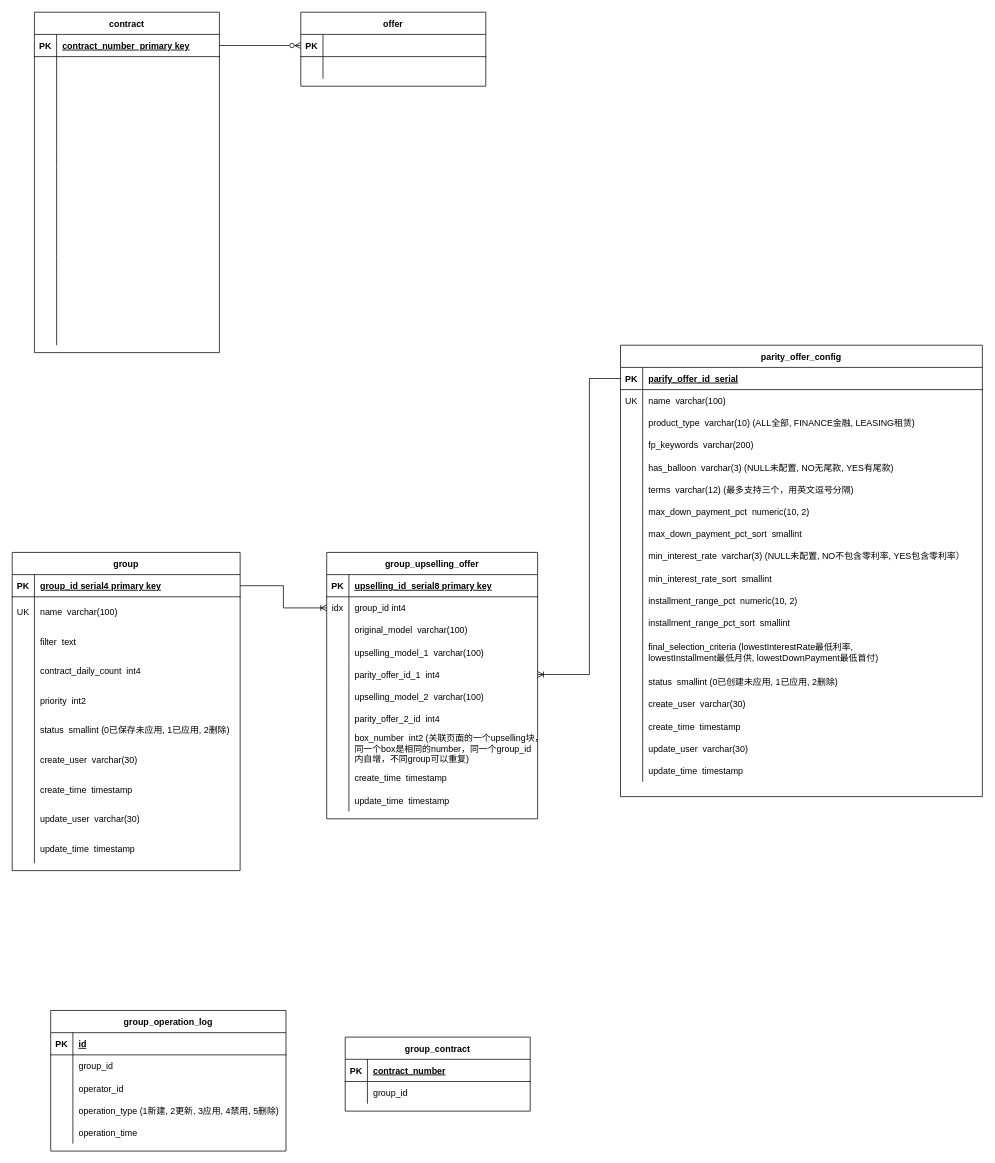
Above: insight.drawio in likun0121/insight (draw.io), before the change. Source tidied: cells renumbered, new cells numbered last; positions are measured from the earlier drawing's top-left corner, leaving out a move shared by most shapes. Both pictures are drawn from the tidied source at 74%, with x=0, y=0 at pixel (12, 12).
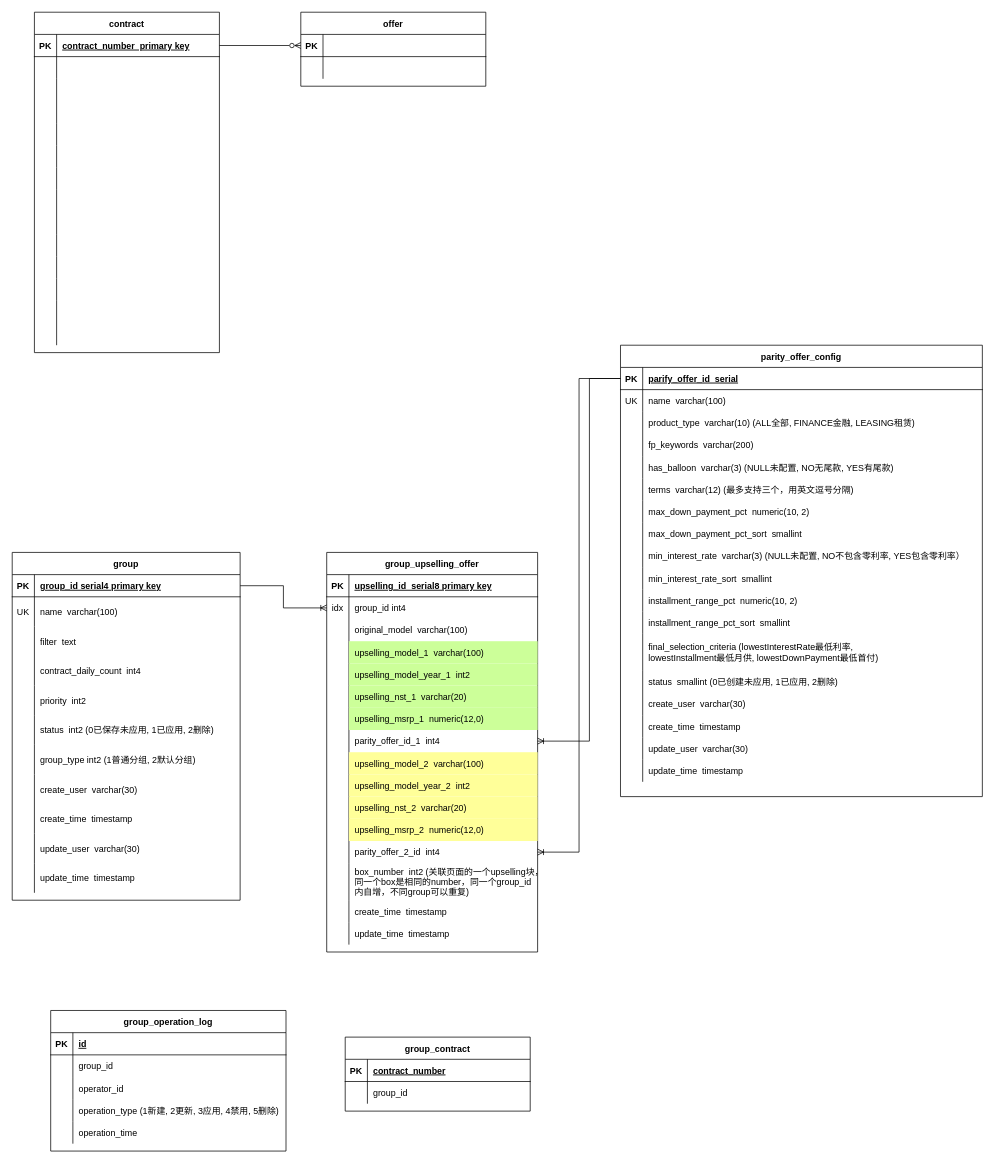
The same diagram, later.

Unchanged cells that the change refers to:
```xml
<mxCell id="69" style="shape=partialRectangle;fillColor=none;top=0;left=0;right=0;bottom=0;" parent="53" vertex="1">
  <mxGeometry y="220" width="308" height="40" as="geometry" />
</mxCell>
<mxCell id="85" style="shape=partialRectangle;fillColor=none;points=[[0,0.5],[1,0.5]];portConstraint=eastwest;top=0;left=0;right=0;bottom=1;" parent="84" vertex="1">
  <mxGeometry y="30" width="489" height="30" as="geometry" />
</mxCell>
<mxCell id="149" style="shape=partialRectangle;fillColor=none;top=0;left=0;right=0;bottom=0;" parent="139" vertex="1">
  <mxGeometry y="120" width="285" height="30" as="geometry" />
</mxCell>
```

What changed in the source:
```diff
@@
     <mxCell id="53" value="group" style="shape=table;startSize=30;childLayout=tableLayout;rowLines=0;fontStyle=1;align=center;" parent="1" vertex="1">
-      <mxGeometry y="730" width="308" height="430" as="geometry" />
+      <mxGeometry y="730" width="308" height="470" as="geometry" />
     </mxCell>
@@
-    <mxCell id="71" value="status  smallint (0已保存未应用, 1已应用, 2删除)" style="shape=partialRectangle;overflow=hidden;fillColor=none;top=0;left=0;bottom=0;right=0;align=left;spacingLeft=6;" parent="69" vertex="1">
+    <mxCell id="71" value="status  int2 (0已保存未应用, 1已应用, 2删除)" style="shape=partialRectangle;overflow=hidden;fillColor=none;top=0;left=0;bottom=0;right=0;align=left;spacingLeft=6;" parent="69" vertex="1">
       <mxGeometry x="30" width="278" height="40" as="geometry" />
     </mxCell>
+    <mxCell id="195" style="shape=partialRectangle;fillColor=none;top=0;left=0;right=0;bottom=0;" parent="53" vertex="1">
+      <mxGeometry y="260" width="308" height="40" as="geometry" />
+    </mxCell>
+    <mxCell id="196" style="shape=partialRectangle;overflow=hidden;fillColor=none;top=0;left=0;bottom=0;right=0;" parent="195" vertex="1">
+      <mxGeometry width="30" height="40" as="geometry" />
+    </mxCell>
+    <mxCell id="197" value="group_type int2 (1普通分组, 2默认分组)" style="shape=partialRectangle;overflow=hidden;fillColor=none;top=0;left=0;bottom=0;right=0;align=left;spacingLeft=6;" parent="195" vertex="1">
+      <mxGeometry x="30" width="278" height="40" as="geometry" />
+    </mxCell>
     <mxCell id="72" style="shape=partialRectangle;fillColor=none;top=0;left=0;right=0;bottom=0;" parent="53" vertex="1">
-      <mxGeometry y="260" width="308" height="40" as="geometry" />
+      <mxGeometry y="300" width="308" height="40" as="geometry" />
     </mxCell>
@@
     <mxCell id="75" style="shape=partialRectangle;fillColor=none;top=0;left=0;right=0;bottom=0;" parent="53" vertex="1">
-      <mxGeometry y="300" width="308" height="40" as="geometry" />
+      <mxGeometry y="340" width="308" height="40" as="geometry" />
     </mxCell>
@@
     <mxCell id="78" style="shape=partialRectangle;fillColor=none;top=0;left=0;right=0;bottom=0;" parent="53" vertex="1">
-      <mxGeometry y="340" width="308" height="40" as="geometry" />
+      <mxGeometry y="380" width="308" height="40" as="geometry" />
     </mxCell>
@@
     <mxCell id="81" style="shape=partialRectangle;fillColor=none;top=0;left=0;right=0;bottom=0;" parent="53" vertex="1">
-      <mxGeometry y="380" width="308" height="40" as="geometry" />
+      <mxGeometry y="420" width="308" height="40" as="geometry" />
     </mxCell>
@@
     <mxCell id="139" value="group_upselling_offer" style="shape=table;startSize=30;childLayout=tableLayout;rowLines=0;fontStyle=1;align=center;" parent="1" vertex="1">
-      <mxGeometry x="425" y="730" width="285" height="360" as="geometry" />
+      <mxGeometry x="425" y="730" width="285" height="540" as="geometry" />
     </mxCell>
@@
-    <mxCell id="151" value="upselling_model_1  varchar(100)" style="shape=partialRectangle;overflow=hidden;fillColor=none;top=0;left=0;bottom=0;right=0;align=left;spacingLeft=6;" parent="149" vertex="1">
+    <mxCell id="151" value="upselling_model_1  varchar(100)" style="shape=partialRectangle;overflow=hidden;fillColor=#CCFF99;top=0;left=0;bottom=0;right=0;align=left;spacingLeft=6;" parent="149" vertex="1">
       <mxGeometry x="30" width="255" height="30" as="geometry" />
     </mxCell>
+    <mxCell id="198" style="shape=partialRectangle;fillColor=none;top=0;left=0;right=0;bottom=0;" parent="139" vertex="1">
+      <mxGeometry y="150" width="285" height="30" as="geometry" />
+    </mxCell>
+    <mxCell id="199" style="shape=partialRectangle;overflow=hidden;fillColor=none;top=0;left=0;bottom=0;right=0;" parent="198" vertex="1">
+      <mxGeometry width="30" height="30" as="geometry" />
+    </mxCell>
+    <mxCell id="200" value="upselling_model_year_1  int2" style="shape=partialRectangle;overflow=hidden;fillColor=#CCFF99;top=0;left=0;bottom=0;right=0;align=left;spacingLeft=6;" parent="198" vertex="1">
+      <mxGeometry x="30" width="255" height="30" as="geometry" />
+    </mxCell>
+    <mxCell id="201" style="shape=partialRectangle;fillColor=none;top=0;left=0;right=0;bottom=0;" parent="139" vertex="1">
+      <mxGeometry y="180" width="285" height="30" as="geometry" />
+    </mxCell>
+    <mxCell id="202" style="shape=partialRectangle;overflow=hidden;fillColor=none;top=0;left=0;bottom=0;right=0;" parent="201" vertex="1">
+      <mxGeometry width="30" height="30" as="geometry" />
+    </mxCell>
+    <mxCell id="203" value="upselling_nst_1  varchar(20)" style="shape=partialRectangle;overflow=hidden;fillColor=#CCFF99;top=0;left=0;bottom=0;right=0;align=left;spacingLeft=6;" parent="201" vertex="1">
+      <mxGeometry x="30" width="255" height="30" as="geometry" />
+    </mxCell>
+    <mxCell id="204" style="shape=partialRectangle;fillColor=none;top=0;left=0;right=0;bottom=0;" parent="139" vertex="1">
+      <mxGeometry y="210" width="285" height="30" as="geometry" />
+    </mxCell>
+    <mxCell id="205" style="shape=partialRectangle;overflow=hidden;fillColor=none;top=0;left=0;bottom=0;right=0;" parent="204" vertex="1">
+      <mxGeometry width="30" height="30" as="geometry" />
+    </mxCell>
+    <mxCell id="206" value="upselling_msrp_1  numeric(12,0)" style="shape=partialRectangle;overflow=hidden;fillColor=#CCFF99;top=0;left=0;bottom=0;right=0;align=left;spacingLeft=6;" parent="204" vertex="1">
+      <mxGeometry x="30" width="255" height="30" as="geometry" />
+    </mxCell>
     <mxCell id="152" style="shape=partialRectangle;fillColor=none;points=[[0,0.5],[1,0.5]];portConstraint=eastwest;top=0;left=0;right=0;bottom=0;" parent="139" vertex="1">
-      <mxGeometry y="150" width="285" height="30" as="geometry" />
+      <mxGeometry y="240" width="285" height="30" as="geometry" />
     </mxCell>
@@
     <mxCell id="155" style="shape=partialRectangle;fillColor=none;top=0;left=0;right=0;bottom=0;" parent="139" vertex="1">
-      <mxGeometry y="180" width="285" height="30" as="geometry" />
+      <mxGeometry y="270" width="285" height="30" as="geometry" />
     </mxCell>
@@
-    <mxCell id="157" value="upselling_model_2  varchar(100)" style="shape=partialRectangle;overflow=hidden;fillColor=none;top=0;left=0;bottom=0;right=0;align=left;spacingLeft=6;" parent="155" vertex="1">
+    <mxCell id="157" value="upselling_model_2  varchar(100)" style="shape=partialRectangle;overflow=hidden;fillColor=#FFFF99;top=0;left=0;bottom=0;right=0;align=left;spacingLeft=6;" parent="155" vertex="1">
       <mxGeometry x="30" width="255" height="30" as="geometry" />
     </mxCell>
+    <mxCell id="207" style="shape=partialRectangle;fillColor=none;top=0;left=0;right=0;bottom=0;" parent="139" vertex="1">
+      <mxGeometry y="300" width="285" height="30" as="geometry" />
+    </mxCell>
+    <mxCell id="208" style="shape=partialRectangle;overflow=hidden;fillColor=none;top=0;left=0;bottom=0;right=0;" parent="207" vertex="1">
+      <mxGeometry width="30" height="30" as="geometry" />
+    </mxCell>
+    <mxCell id="209" value="upselling_model_year_2  int2" style="shape=partialRectangle;overflow=hidden;fillColor=#FFFF99;top=0;left=0;bottom=0;right=0;align=left;spacingLeft=6;" parent="207" vertex="1">
+      <mxGeometry x="30" width="255" height="30" as="geometry" />
+    </mxCell>
+    <mxCell id="210" style="shape=partialRectangle;fillColor=none;top=0;left=0;right=0;bottom=0;" parent="139" vertex="1">
+      <mxGeometry y="330" width="285" height="30" as="geometry" />
+    </mxCell>
+    <mxCell id="211" style="shape=partialRectangle;overflow=hidden;fillColor=none;top=0;left=0;bottom=0;right=0;" parent="210" vertex="1">
+      <mxGeometry width="30" height="30" as="geometry" />
+    </mxCell>
+    <mxCell id="212" value="upselling_nst_2  varchar(20)" style="shape=partialRectangle;overflow=hidden;fillColor=#FFFF99;top=0;left=0;bottom=0;right=0;align=left;spacingLeft=6;" parent="210" vertex="1">
+      <mxGeometry x="30" width="255" height="30" as="geometry" />
+    </mxCell>
+    <mxCell id="213" style="shape=partialRectangle;fillColor=none;top=0;left=0;right=0;bottom=0;" parent="139" vertex="1">
+      <mxGeometry y="360" width="285" height="30" as="geometry" />
+    </mxCell>
+    <mxCell id="214" style="shape=partialRectangle;overflow=hidden;fillColor=none;top=0;left=0;bottom=0;right=0;" parent="213" vertex="1">
+      <mxGeometry width="30" height="30" as="geometry" />
+    </mxCell>
+    <mxCell id="215" value="upselling_msrp_2  numeric(12,0)" style="shape=partialRectangle;overflow=hidden;fillColor=#FFFF99;top=0;left=0;bottom=0;right=0;align=left;spacingLeft=6;" parent="213" vertex="1">
+      <mxGeometry x="30" width="255" height="30" as="geometry" />
+    </mxCell>
     <mxCell id="158" style="shape=partialRectangle;fillColor=none;points=[[0,0.5],[1,0.5]];portConstraint=eastwest;top=0;left=0;right=0;bottom=0;" parent="139" vertex="1">
-      <mxGeometry y="210" width="285" height="30" as="geometry" />
+      <mxGeometry y="390" width="285" height="30" as="geometry" />
     </mxCell>
@@
     <mxCell id="161" style="shape=partialRectangle;fillColor=none;top=0;left=0;right=0;bottom=0;" parent="139" vertex="1">
-      <mxGeometry y="240" width="285" height="50" as="geometry" />
+      <mxGeometry y="420" width="285" height="50" as="geometry" />
     </mxCell>
@@
     <mxCell id="164" style="shape=partialRectangle;fillColor=none;top=0;left=0;right=0;bottom=0;" parent="139" vertex="1">
-      <mxGeometry y="290" width="285" height="30" as="geometry" />
+      <mxGeometry y="470" width="285" height="30" as="geometry" />
     </mxCell>
@@
     <mxCell id="167" style="shape=partialRectangle;fillColor=none;top=0;left=0;right=0;bottom=0;" parent="139" vertex="1">
-      <mxGeometry y="320" width="285" height="30" as="geometry" />
+      <mxGeometry y="500" width="285" height="30" as="geometry" />
     </mxCell>
@@
     <mxCell id="178" style="edgeStyle=orthogonalEdgeStyle;rounded=0;jettySize=auto;html=1;exitX=1;exitY=0.5;exitDx=0;exitDy=0;entryX=0;entryY=0.5;entryDx=0;entryDy=0;startArrow=ERoneToMany;startFill=0;endArrow=none;endFill=0;" parent="1" edge="1" source="152" target="85">
       <mxGeometry relative="1" as="geometry">
         <Array as="points">
-          <mxPoint x="780" y="895" />
+          <mxPoint x="780" y="985" />
           <mxPoint x="780" y="495" />
         </Array>
       </mxGeometry>
     </mxCell>
@@
+    <mxCell id="216" style="edgeStyle=orthogonalEdgeStyle;rounded=0;jettySize=auto;html=1;exitX=1;exitY=0.5;exitDx=0;exitDy=0;entryX=0;entryY=0.5;entryDx=0;entryDy=0;endArrow=none;endFill=0;startArrow=ERoneToMany;startFill=0;" parent="1" edge="1" source="158" target="85">
+      <mxGeometry relative="1" as="geometry" />
+    </mxCell>
```
